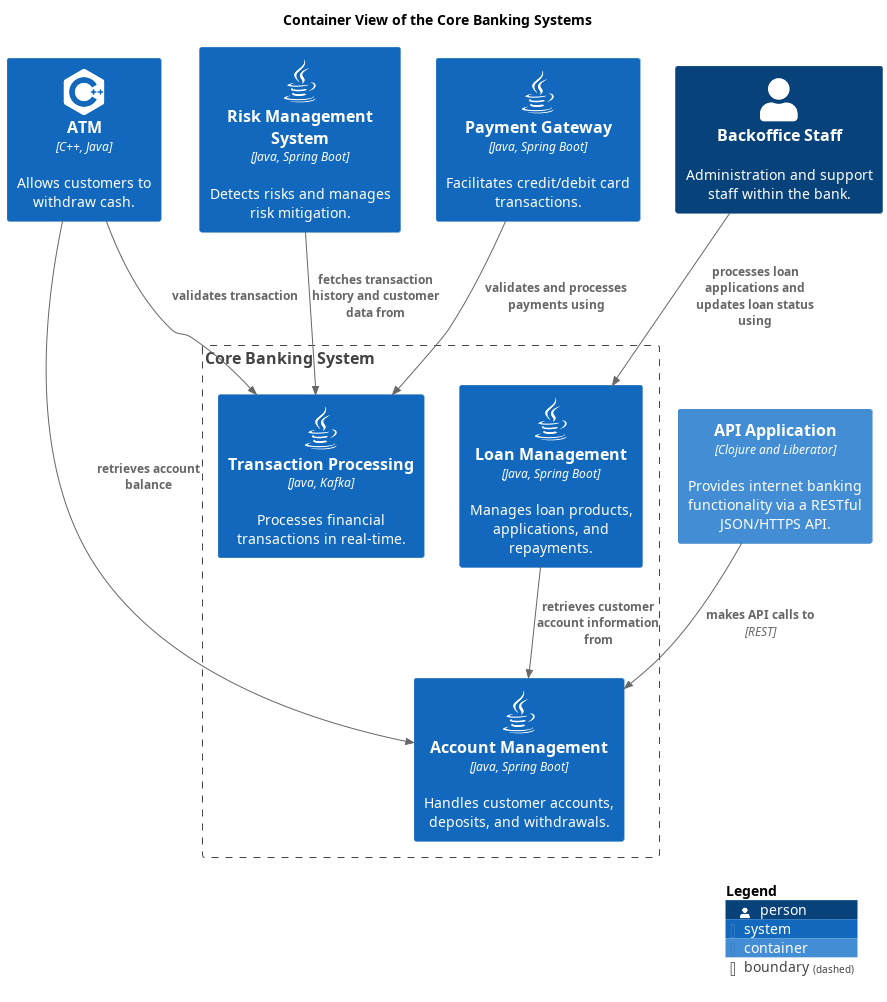
Before: docs/mybank/core-banking/container-view.png, a diagram exported from PlantUML (soulspace-org/my-bank-model).
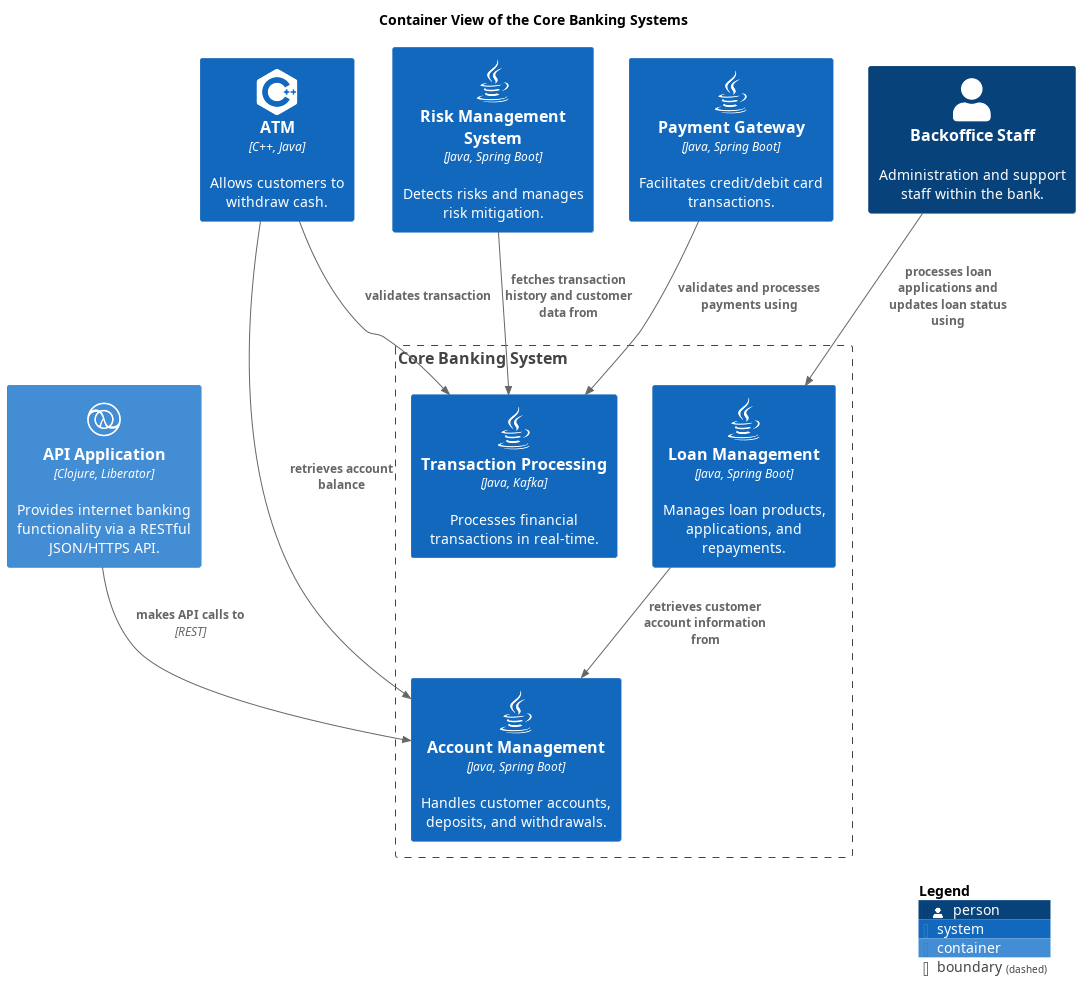
The same diagram one commit later.

The edit, as a diff of the source:
```diff
@@ -7,6 +7,7 @@
 !include <tupadr3/common>
 !include <tupadr3/font-awesome-5/java>
 !include <logos/kafka>
+!include <tupadr3/devicons/clojure>
 !include <tupadr3/devicons2/cplusplus>
 
 
@@ -22,10 +23,10 @@
   System(mybank_coreBanking_loanManagementSystem, "Loan Management", $descr="Manages loan products, applications, and repayments.", $type="Java, Spring Boot", $sprite="java")
   System(mybank_coreBanking_accountManagementSystem, "Account Management", $descr="Handles customer accounts, deposits, and withdrawals.", $type="Java, Spring Boot", $sprite="java")
 }
+Container(mybank_digitalBanking_internetBankingSystem_apiApplication, "API Application", $descr="Provides internet banking functionality via a RESTful JSON/HTTPS API.", $techn="Clojure, Liberator", $sprite="clojure")
 System(mybank_payment_paymentGatewaySystem, "Payment Gateway", $descr="Facilitates credit/debit card transactions.", $type="Java, Spring Boot", $sprite="java")
 System(mybank_customerChannels_atm, "ATM", $descr="Allows customers to withdraw cash.", $type="C++, Java", $sprite="cplusplus")
 Person(mybank_coreBanking_backofficeStaff, "Backoffice Staff", $descr="Administration and support staff within the bank.")
-Container(mybank_digitalBanking_internetBankingSystem_apiApplication, "API Application", $descr="Provides internet banking functionality via a RESTful JSON/HTTPS API.", $techn="Clojure and Liberator")
 Rel(mybank_payment_paymentGatewaySystem, mybank_coreBanking_transactionProcessingSystem, "validates and processes payments using")
 Rel(mybank_customerChannels_atm, mybank_coreBanking_accountManagementSystem, "retrieves account balance")
 Rel(mybank_coreBanking_loanManagementSystem, mybank_coreBanking_accountManagementSystem, "retrieves customer account information from")
```
